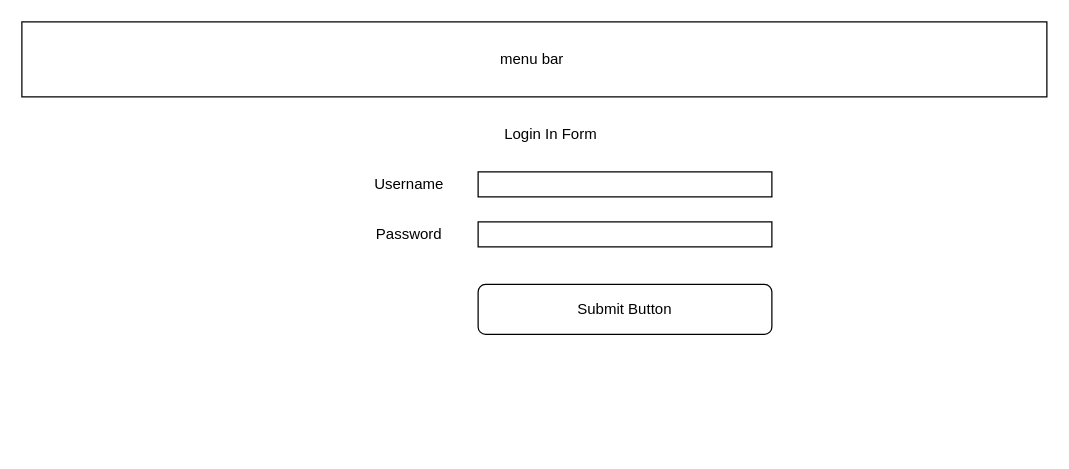
The draw.io diagram BusinessSiteExample/WireFrames/SignInPage.drawio in nwankwoGIT/nwankwoGITRepo, before the edit. Source tidied: cells renumbered, new cells numbered last; positions are measured from the earlier drawing's top-left corner, leaving out a move shared by most shapes. Both pictures are drawn from the tidied source at 125%, with x=0, y=0 at pixel (21, 21).
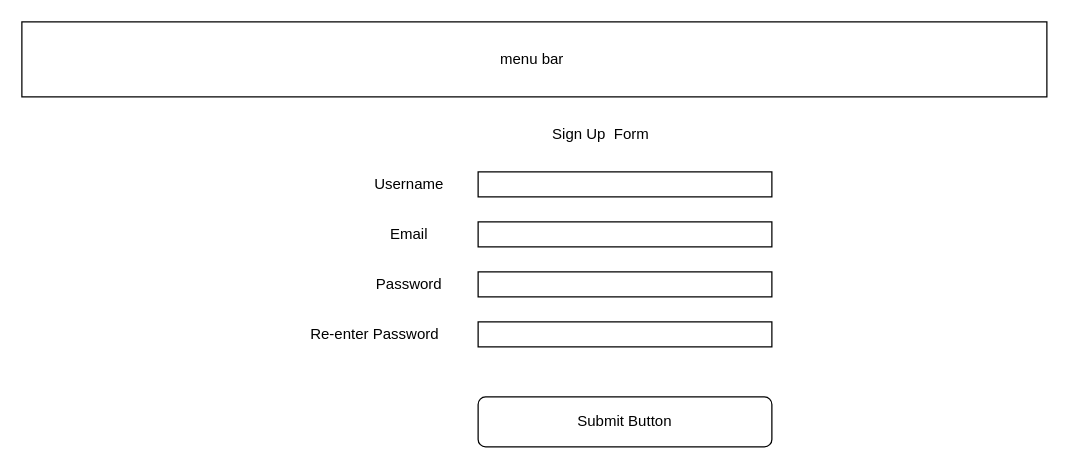
Above is the later version.

What changed in the source:
```diff
@@
 <mxGraphModel>
   <root>
     <mxCell id="0" />
     <mxCell id="1" parent="0" />
     <mxCell id="2" value="menu bar&amp;nbsp;" style="rounded=0;whiteSpace=wrap;html=1;" parent="1" vertex="1">
       <mxGeometry width="820" height="60" as="geometry" />
     </mxCell>
-    <mxCell id="3" value="Login In Form&amp;nbsp;" style="text;html=1;strokeColor=none;fillColor=none;align=center;verticalAlign=middle;whiteSpace=wrap;rounded=0;" parent="1" vertex="1">
-      <mxGeometry x="270" y="80" width="310" height="20" as="geometry" />
+    <mxCell id="3" value="Sign Up&amp;nbsp; Form&amp;nbsp;" style="text;html=1;strokeColor=none;fillColor=none;align=center;verticalAlign=middle;whiteSpace=wrap;rounded=0;" parent="1" vertex="1">
+      <mxGeometry x="270" y="80" width="390" height="20" as="geometry" />
     </mxCell>
     <mxCell id="4" value="Username" style="text;html=1;strokeColor=none;fillColor=none;align=center;verticalAlign=middle;whiteSpace=wrap;rounded=0;" parent="1" vertex="1">
       <mxGeometry x="290" y="120" width="40" height="20" as="geometry" />
     </mxCell>
     <mxCell id="5" style="rounded=0;whiteSpace=wrap;html=1;" parent="1" vertex="1">
       <mxGeometry x="365" y="120" width="235" height="20" as="geometry" />
     </mxCell>
     <mxCell id="6" value="Password" style="text;html=1;strokeColor=none;fillColor=none;align=center;verticalAlign=middle;whiteSpace=wrap;rounded=0;" parent="1" vertex="1">
-      <mxGeometry x="280" y="160" width="60" height="20" as="geometry" />
+      <mxGeometry x="280" y="200" width="60" height="20" as="geometry" />
     </mxCell>
     <mxCell id="7" style="rounded=0;whiteSpace=wrap;html=1;" parent="1" vertex="1">
-      <mxGeometry x="365" y="160" width="235" height="20" as="geometry" />
+      <mxGeometry x="365" y="200" width="235" height="20" as="geometry" />
     </mxCell>
     <mxCell id="8" value="Submit Button" style="rounded=1;whiteSpace=wrap;html=1;" parent="1" vertex="1">
-      <mxGeometry x="365" y="210" width="235" height="40" as="geometry" />
+      <mxGeometry x="365" y="300" width="235" height="40" as="geometry" />
     </mxCell>
+    <mxCell id="9" value="Re-enter Password" style="text;html=1;strokeColor=none;fillColor=none;align=center;verticalAlign=middle;whiteSpace=wrap;rounded=0;" parent="1" vertex="1">
+      <mxGeometry x="210" y="240" width="145" height="20" as="geometry" />
+    </mxCell>
+    <mxCell id="10" style="rounded=0;whiteSpace=wrap;html=1;" parent="1" vertex="1">
+      <mxGeometry x="365" y="240" width="235" height="20" as="geometry" />
+    </mxCell>
+    <mxCell id="11" value="Email" style="text;html=1;strokeColor=none;fillColor=none;align=center;verticalAlign=middle;whiteSpace=wrap;rounded=0;" parent="1" vertex="1">
+      <mxGeometry x="280" y="160" width="60" height="20" as="geometry" />
+    </mxCell>
+    <mxCell id="12" style="rounded=0;whiteSpace=wrap;html=1;" parent="1" vertex="1">
+      <mxGeometry x="365" y="160" width="235" height="20" as="geometry" />
+    </mxCell>
   </root>
 </mxGraphModel>
```
